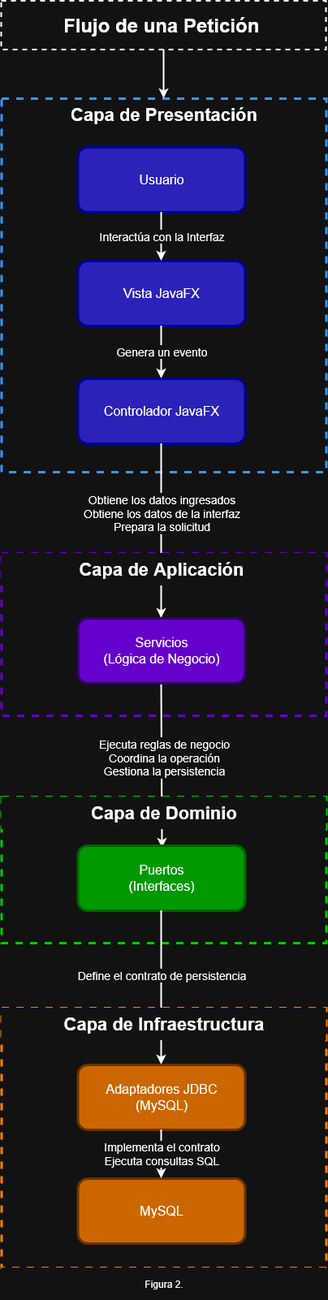
Before: docs/images/spanish/diagramas/Diagrama_Flujo_Peticion.png, a diagram exported from draw.io (carrascalpjosedanieldev/retail-management-system). Source tidied: cells renumbered, new cells last; positions are measured from the earlier drawing's top-left corner, leaving out a move shared by most shapes. Its diagram source:
```xml
<mxGraphModel>
  <root>
    <mxCell id="0" />
    <mxCell id="1" parent="0" />
    <mxCell id="2" value="Flujo de una Petición&amp;nbsp;" style="rounded=0;whiteSpace=wrap;html=1;fillColor=none;strokeWidth=2;dashed=1;fontSize=24;fontStyle=1;" parent="1" vertex="1">
      <mxGeometry width="400" height="60" as="geometry" />
    </mxCell>
    <mxCell id="3" value="Capa de Presentación" style="rounded=0;whiteSpace=wrap;html=1;fillColor=none;align=center;verticalAlign=top;fontSize=22;dashed=1;strokeWidth=3;strokeColor=light-dark(#000000,#3399FF);fontStyle=1;" parent="1" vertex="1">
      <mxGeometry y="120" width="400" height="460" as="geometry" />
    </mxCell>
    <mxCell id="4" value="Usuario" style="rounded=1;whiteSpace=wrap;html=1;fillColor=light-dark(#000053,#2B22B9);fontSize=16;strokeColor=light-dark(#000000,#000099);strokeWidth=3;" parent="1" vertex="1">
      <mxGeometry x="94" y="180" width="206" height="80" as="geometry" />
    </mxCell>
    <mxCell id="5" value="Vista JavaFX" style="rounded=1;whiteSpace=wrap;html=1;fillColor=light-dark(#000053,#2B22B9);fontSize=16;strokeColor=light-dark(#000000,#000099);strokeWidth=3;" parent="1" vertex="1">
      <mxGeometry x="94" y="320" width="206" height="80" as="geometry" />
    </mxCell>
    <mxCell id="6" value="Interactúa con la Interfaz" style="endArrow=classic;html=1;rounded=0;exitX=0.5;exitY=1;exitDx=0;exitDy=0;entryX=0.5;entryY=0;entryDx=0;entryDy=0;strokeWidth=2;fontSize=14;" parent="1" edge="1" source="4" target="5">
      <mxGeometry relative="1" as="geometry" />
    </mxCell>
    <mxCell id="7" value="Genera un evento" style="endArrow=classic;html=1;rounded=0;strokeWidth=2;entryX=0.5;entryY=0;entryDx=0;entryDy=0;exitX=0.5;exitY=1;exitDx=0;exitDy=0;fontSize=14;" parent="1" edge="1" source="5" target="8">
      <mxGeometry relative="1" as="geometry" />
    </mxCell>
    <mxCell id="8" value="Controlador JavaFX" style="rounded=1;whiteSpace=wrap;html=1;fillColor=light-dark(#000053,#2B22B9);fontSize=16;strokeColor=light-dark(#000000,#000099);strokeWidth=3;" parent="1" vertex="1">
      <mxGeometry x="94" y="465" width="206" height="80" as="geometry" />
    </mxCell>
    <mxCell id="9" style="rounded=0;whiteSpace=wrap;html=1;fillColor=none;align=center;verticalAlign=top;fontSize=22;dashed=1;strokeWidth=3;strokeColor=light-dark(#000000,#6600CC);fontStyle=1;" parent="1" vertex="1">
      <mxGeometry y="680" width="400" height="200" as="geometry" />
    </mxCell>
    <mxCell id="10" value="&lt;div&gt;Obtiene los datos ingresados&lt;/div&gt;&lt;div&gt;Obtiene los datos de la interfaz&lt;/div&gt;&lt;div&gt;Prepara la solicitud&lt;/div&gt;" style="endArrow=classic;html=1;rounded=0;strokeWidth=2;entryX=0.5;entryY=0;entryDx=0;entryDy=0;exitX=0.5;exitY=1;exitDx=0;exitDy=0;fontSize=14;" parent="1" edge="1" source="8" target="21">
      <mxGeometry x="-0.21" relative="1" as="geometry" />
    </mxCell>
    <mxCell id="11" style="endArrow=classic;html=1;rounded=0;strokeWidth=2;entryX=0.5;entryY=0;entryDx=0;entryDy=0;exitX=0.5;exitY=1;exitDx=0;exitDy=0;" parent="1" edge="1" source="2" target="3">
      <mxGeometry relative="1" as="geometry" />
    </mxCell>
    <mxCell id="12" style="rounded=0;whiteSpace=wrap;html=1;fillColor=none;align=center;verticalAlign=top;fontSize=22;dashed=1;strokeWidth=3;strokeColor=light-dark(#000000,#00CC00);fontStyle=1;" parent="1" vertex="1">
      <mxGeometry y="980" width="400" height="180" as="geometry" />
    </mxCell>
    <mxCell id="13" value="&lt;div&gt;Ejecuta reglas de negocio&lt;/div&gt;&lt;div&gt;Coordina la operación&lt;/div&gt;&lt;div&gt;Gestiona la persistencia&lt;/div&gt;" style="endArrow=classic;html=1;rounded=0;strokeWidth=2;entryX=0.505;entryY=0.038;entryDx=0;entryDy=0;exitX=0.5;exitY=1;exitDx=0;exitDy=0;fontSize=14;entryPerimeter=0;" parent="1" edge="1" source="21" target="14">
      <mxGeometry x="-0.1" y="3" relative="1" as="geometry" />
    </mxCell>
    <mxCell id="14" value="&lt;div&gt;Puertos&lt;/div&gt;&lt;div&gt;(Interfaces)&lt;/div&gt;" style="rounded=1;whiteSpace=wrap;html=1;fillColor=light-dark(#330066,#009900);fontSize=16;strokeColor=light-dark(#330066,#006600);strokeWidth=3;" parent="1" vertex="1">
      <mxGeometry x="94" y="1040" width="206" height="80" as="geometry" />
    </mxCell>
    <mxCell id="15" style="rounded=0;whiteSpace=wrap;html=1;fillColor=none;align=center;verticalAlign=top;fontSize=22;dashed=1;strokeWidth=3;strokeColor=light-dark(#000000,#FF8000);fontStyle=1;" parent="1" vertex="1">
      <mxGeometry y="1240" width="400" height="320" as="geometry" />
    </mxCell>
    <mxCell id="16" value="Define el contrato de persistencia" style="endArrow=classic;html=1;rounded=0;strokeWidth=2;entryX=0.5;entryY=0;entryDx=0;entryDy=0;exitX=0.5;exitY=1;exitDx=0;exitDy=0;fontSize=14;" parent="1" edge="1" source="14" target="17">
      <mxGeometry x="-0.16" relative="1" as="geometry" />
    </mxCell>
    <mxCell id="17" value="&lt;div&gt;Adaptadores JDBC&lt;/div&gt;&lt;div&gt;(MySQL)&lt;/div&gt;" style="rounded=1;whiteSpace=wrap;html=1;fillColor=light-dark(#330066,#CC6600);fontSize=16;strokeColor=light-dark(#330066,#663300);strokeWidth=3;" parent="1" vertex="1">
      <mxGeometry x="94" y="1310" width="206" height="80" as="geometry" />
    </mxCell>
    <mxCell id="18" value="&lt;div&gt;MySQL&lt;/div&gt;" style="rounded=1;whiteSpace=wrap;html=1;fillColor=light-dark(#330066,#CC6600);fontSize=16;strokeColor=light-dark(#330066,#663300);strokeWidth=3;" parent="1" vertex="1">
      <mxGeometry x="94" y="1450" width="206" height="80" as="geometry" />
    </mxCell>
    <mxCell id="19" value="&lt;div&gt;Implementa el contrato&lt;/div&gt;&lt;div&gt;Ejecuta consultas SQL&lt;/div&gt;" style="endArrow=classic;html=1;rounded=0;strokeWidth=2;entryX=0.5;entryY=0;entryDx=0;entryDy=0;exitX=0.5;exitY=1;exitDx=0;exitDy=0;fontSize=14;" parent="1" edge="1" source="17" target="18">
      <mxGeometry relative="1" as="geometry">
        <Array as="points">
          <mxPoint x="197" y="1410" />
        </Array>
      </mxGeometry>
    </mxCell>
    <mxCell id="20" value="Capa de Aplicación&amp;nbsp;" style="rounded=0;whiteSpace=wrap;html=1;strokeColor=none;fillColor=default;fontSize=22;fontStyle=1;" parent="1" vertex="1">
      <mxGeometry y="680" width="400" height="40" as="geometry" />
    </mxCell>
    <mxCell id="21" value="&lt;div&gt;Servicios&lt;/div&gt;&lt;div&gt;(Lógica de Negocio)&lt;/div&gt;" style="rounded=1;whiteSpace=wrap;html=1;fillColor=light-dark(#330066,#6600CC);fontSize=16;strokeColor=light-dark(#330066,#330066);strokeWidth=3;" parent="1" vertex="1">
      <mxGeometry x="94" y="760" width="206" height="80" as="geometry" />
    </mxCell>
    <mxCell id="22" value="Capa de Dominio" style="rounded=0;whiteSpace=wrap;html=1;strokeColor=none;fillColor=default;fontSize=22;fontStyle=1;" parent="1" vertex="1">
      <mxGeometry y="980" width="400" height="40" as="geometry" />
    </mxCell>
    <mxCell id="23" value="Capa de Infraestructura" style="rounded=0;whiteSpace=wrap;html=1;strokeColor=none;fillColor=default;fontSize=22;fontStyle=1;" parent="1" vertex="1">
      <mxGeometry y="1240" width="400" height="40" as="geometry" />
    </mxCell>
    <mxCell id="24" value="Figura 2." style="rounded=0;whiteSpace=wrap;html=1;strokeColor=none;fillColor=default;fontSize=12;fontStyle=0;" parent="1" vertex="1">
      <mxGeometry y="1560" width="400" height="40" as="geometry" />
    </mxCell>
  </root>
</mxGraphModel>
```
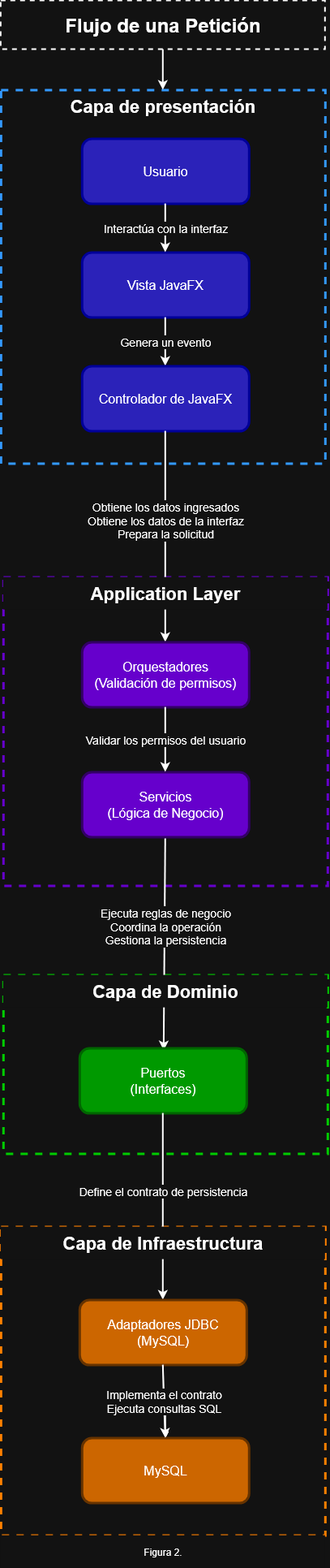
Later version of the same file.

Change to the diagram source:
```diff
@@ -2,78 +2,83 @@
   <root>
     <mxCell id="0" />
     <mxCell id="1" parent="0" />
-    <mxCell id="2" value="Flujo de una Petición&amp;nbsp;" style="rounded=0;whiteSpace=wrap;html=1;fillColor=none;strokeWidth=2;dashed=1;fontSize=24;fontStyle=1;" parent="1" vertex="1">
-      <mxGeometry width="400" height="60" as="geometry" />
+    <mxCell id="2" value="Flujo de una Petición" style="rounded=0;whiteSpace=wrap;html=1;fillColor=none;strokeWidth=2;dashed=1;fontSize=24;fontStyle=1;" parent="1" vertex="1">
+      <mxGeometry x="-3" y="-150" width="400" height="60" as="geometry" />
     </mxCell>
-    <mxCell id="3" value="Capa de Presentación" style="rounded=0;whiteSpace=wrap;html=1;fillColor=none;align=center;verticalAlign=top;fontSize=22;dashed=1;strokeWidth=3;strokeColor=light-dark(#000000,#3399FF);fontStyle=1;" parent="1" vertex="1">
-      <mxGeometry y="120" width="400" height="460" as="geometry" />
+    <mxCell id="3" value="&lt;span class=&quot;HwtZe&quot; lang=&quot;es&quot;&gt;&lt;span class=&quot;jCAhz ChMk0b&quot;&gt;&lt;span class=&quot;ryNqvb&quot;&gt;Capa de presentación&lt;/span&gt;&lt;/span&gt;&lt;/span&gt;" style="rounded=0;whiteSpace=wrap;html=1;fillColor=none;align=center;verticalAlign=top;fontSize=22;dashed=1;strokeWidth=3;strokeColor=light-dark(#000000,#3399FF);fontStyle=1;" parent="1" vertex="1">
+      <mxGeometry x="-3" y="-40" width="400" height="460" as="geometry" />
     </mxCell>
     <mxCell id="4" value="Usuario" style="rounded=1;whiteSpace=wrap;html=1;fillColor=light-dark(#000053,#2B22B9);fontSize=16;strokeColor=light-dark(#000000,#000099);strokeWidth=3;" parent="1" vertex="1">
-      <mxGeometry x="94" y="180" width="206" height="80" as="geometry" />
+      <mxGeometry x="97" y="20" width="206" height="80" as="geometry" />
     </mxCell>
     <mxCell id="5" value="Vista JavaFX" style="rounded=1;whiteSpace=wrap;html=1;fillColor=light-dark(#000053,#2B22B9);fontSize=16;strokeColor=light-dark(#000000,#000099);strokeWidth=3;" parent="1" vertex="1">
-      <mxGeometry x="94" y="320" width="206" height="80" as="geometry" />
+      <mxGeometry x="97" y="160" width="206" height="80" as="geometry" />
     </mxCell>
-    <mxCell id="6" value="Interactúa con la Interfaz" style="endArrow=classic;html=1;rounded=0;exitX=0.5;exitY=1;exitDx=0;exitDy=0;entryX=0.5;entryY=0;entryDx=0;entryDy=0;strokeWidth=2;fontSize=14;" parent="1" edge="1" source="4" target="5">
+    <mxCell id="6" value="&lt;span class=&quot;HwtZe&quot; lang=&quot;es&quot;&gt;&lt;span class=&quot;jCAhz ChMk0b&quot;&gt;&lt;span class=&quot;ryNqvb&quot;&gt;Interactúa con la interfaz&lt;/span&gt;&lt;/span&gt;&lt;/span&gt;" style="endArrow=classic;html=1;rounded=0;exitX=0.5;exitY=1;exitDx=0;exitDy=0;entryX=0.5;entryY=0;entryDx=0;entryDy=0;strokeWidth=2;fontSize=14;" parent="1" edge="1" source="4" target="5">
       <mxGeometry relative="1" as="geometry" />
     </mxCell>
-    <mxCell id="7" value="Genera un evento" style="endArrow=classic;html=1;rounded=0;strokeWidth=2;entryX=0.5;entryY=0;entryDx=0;entryDy=0;exitX=0.5;exitY=1;exitDx=0;exitDy=0;fontSize=14;" parent="1" edge="1" source="5" target="8">
+    <mxCell id="7" value="&lt;span class=&quot;HwtZe&quot; lang=&quot;es&quot;&gt;&lt;span class=&quot;jCAhz ChMk0b&quot;&gt;&lt;span class=&quot;ryNqvb&quot;&gt;Genera un evento&lt;/span&gt;&lt;/span&gt;&lt;/span&gt;" style="endArrow=classic;html=1;rounded=0;strokeWidth=2;entryX=0.5;entryY=0;entryDx=0;entryDy=0;exitX=0.5;exitY=1;exitDx=0;exitDy=0;fontSize=14;" parent="1" edge="1" source="5" target="8">
       <mxGeometry relative="1" as="geometry" />
     </mxCell>
-    <mxCell id="8" value="Controlador JavaFX" style="rounded=1;whiteSpace=wrap;html=1;fillColor=light-dark(#000053,#2B22B9);fontSize=16;strokeColor=light-dark(#000000,#000099);strokeWidth=3;" parent="1" vertex="1">
-      <mxGeometry x="94" y="465" width="206" height="80" as="geometry" />
+    <mxCell id="8" value="Controlador de JavaFX" style="rounded=1;whiteSpace=wrap;html=1;fillColor=light-dark(#000053,#2B22B9);fontSize=16;strokeColor=light-dark(#000000,#000099);strokeWidth=3;" parent="1" vertex="1">
+      <mxGeometry x="97" y="300" width="206" height="80" as="geometry" />
     </mxCell>
     <mxCell id="9" style="rounded=0;whiteSpace=wrap;html=1;fillColor=none;align=center;verticalAlign=top;fontSize=22;dashed=1;strokeWidth=3;strokeColor=light-dark(#000000,#6600CC);fontStyle=1;" parent="1" vertex="1">
-      <mxGeometry y="680" width="400" height="200" as="geometry" />
+      <mxGeometry y="560" width="400" height="380" as="geometry" />
     </mxCell>
-    <mxCell id="10" value="&lt;div&gt;Obtiene los datos ingresados&lt;/div&gt;&lt;div&gt;Obtiene los datos de la interfaz&lt;/div&gt;&lt;div&gt;Prepara la solicitud&lt;/div&gt;" style="endArrow=classic;html=1;rounded=0;strokeWidth=2;entryX=0.5;entryY=0;entryDx=0;entryDy=0;exitX=0.5;exitY=1;exitDx=0;exitDy=0;fontSize=14;" parent="1" edge="1" source="8" target="21">
-      <mxGeometry x="-0.21" relative="1" as="geometry" />
+    <mxCell id="10" value="&lt;div&gt;Obtiene los datos ingresados&lt;/div&gt;&lt;div&gt;Obtiene los datos de la interfaz&lt;/div&gt;&lt;div&gt;Prepara la solicitud&lt;/div&gt;" style="endArrow=classic;html=1;rounded=0;strokeWidth=2;entryX=0.5;entryY=0;entryDx=0;entryDy=0;exitX=0.5;exitY=1;exitDx=0;exitDy=0;fontSize=14;" parent="1" edge="1" source="8" target="26">
+      <mxGeometry x="-0.15" relative="1" as="geometry" />
     </mxCell>
     <mxCell id="11" style="endArrow=classic;html=1;rounded=0;strokeWidth=2;entryX=0.5;entryY=0;entryDx=0;entryDy=0;exitX=0.5;exitY=1;exitDx=0;exitDy=0;" parent="1" edge="1" source="2" target="3">
       <mxGeometry relative="1" as="geometry" />
     </mxCell>
     <mxCell id="12" style="rounded=0;whiteSpace=wrap;html=1;fillColor=none;align=center;verticalAlign=top;fontSize=22;dashed=1;strokeWidth=3;strokeColor=light-dark(#000000,#00CC00);fontStyle=1;" parent="1" vertex="1">
-      <mxGeometry y="980" width="400" height="180" as="geometry" />
+      <mxGeometry y="1050" width="400" height="220" as="geometry" />
     </mxCell>
     <mxCell id="13" value="&lt;div&gt;Ejecuta reglas de negocio&lt;/div&gt;&lt;div&gt;Coordina la operación&lt;/div&gt;&lt;div&gt;Gestiona la persistencia&lt;/div&gt;" style="endArrow=classic;html=1;rounded=0;strokeWidth=2;entryX=0.505;entryY=0.038;entryDx=0;entryDy=0;exitX=0.5;exitY=1;exitDx=0;exitDy=0;fontSize=14;entryPerimeter=0;" parent="1" edge="1" source="21" target="14">
-      <mxGeometry x="-0.1" y="3" relative="1" as="geometry" />
+      <mxGeometry x="-0.16" y="1" relative="1" as="geometry" />
     </mxCell>
     <mxCell id="14" value="&lt;div&gt;Puertos&lt;/div&gt;&lt;div&gt;(Interfaces)&lt;/div&gt;" style="rounded=1;whiteSpace=wrap;html=1;fillColor=light-dark(#330066,#009900);fontSize=16;strokeColor=light-dark(#330066,#006600);strokeWidth=3;" parent="1" vertex="1">
-      <mxGeometry x="94" y="1040" width="206" height="80" as="geometry" />
+      <mxGeometry x="94" y="1140" width="206" height="80" as="geometry" />
     </mxCell>
     <mxCell id="15" style="rounded=0;whiteSpace=wrap;html=1;fillColor=none;align=center;verticalAlign=top;fontSize=22;dashed=1;strokeWidth=3;strokeColor=light-dark(#000000,#FF8000);fontStyle=1;" parent="1" vertex="1">
-      <mxGeometry y="1240" width="400" height="320" as="geometry" />
+      <mxGeometry x="-3" y="1360" width="400" height="380" as="geometry" />
     </mxCell>
     <mxCell id="16" value="Define el contrato de persistencia" style="endArrow=classic;html=1;rounded=0;strokeWidth=2;entryX=0.5;entryY=0;entryDx=0;entryDy=0;exitX=0.5;exitY=1;exitDx=0;exitDy=0;fontSize=14;" parent="1" edge="1" source="14" target="17">
       <mxGeometry x="-0.16" relative="1" as="geometry" />
     </mxCell>
+    <mxCell id="25" style="edgeStyle=orthogonalEdgeStyle;rounded=0;jettySize=auto;html=1;" parent="1" edge="1" source="17" target="18">
+      <mxGeometry relative="1" as="geometry" />
+    </mxCell>
-    <mxCell id="17" value="&lt;div&gt;Adaptadores JDBC&lt;/div&gt;&lt;div&gt;(MySQL)&lt;/div&gt;" style="rounded=1;whiteSpace=wrap;html=1;fillColor=light-dark(#330066,#CC6600);fontSize=16;strokeColor=light-dark(#330066,#663300);strokeWidth=3;" parent="1" vertex="1">
-      <mxGeometry x="94" y="1310" width="206" height="80" as="geometry" />
+    <mxCell id="17" value="&lt;div&gt;&lt;span class=&quot;HwtZe&quot; lang=&quot;en&quot;&gt;&lt;span class=&quot;jCAhz ChMk0b&quot;&gt;&lt;span class=&quot;ryNqvb&quot;&gt;Adaptadores JDBC&lt;/span&gt;&lt;/span&gt;&lt;/span&gt;&lt;/div&gt;&lt;div&gt;(MySQL)&lt;/div&gt;" style="rounded=1;whiteSpace=wrap;html=1;fillColor=light-dark(#330066,#CC6600);fontSize=16;strokeColor=light-dark(#330066,#663300);strokeWidth=3;" parent="1" vertex="1">
+      <mxGeometry x="94" y="1450" width="206" height="80" as="geometry" />
     </mxCell>
     <mxCell id="18" value="&lt;div&gt;MySQL&lt;/div&gt;" style="rounded=1;whiteSpace=wrap;html=1;fillColor=light-dark(#330066,#CC6600);fontSize=16;strokeColor=light-dark(#330066,#663300);strokeWidth=3;" parent="1" vertex="1">
-      <mxGeometry x="94" y="1450" width="206" height="80" as="geometry" />
+      <mxGeometry x="97" y="1620" width="206" height="80" as="geometry" />
     </mxCell>
     <mxCell id="19" value="&lt;div&gt;Implementa el contrato&lt;/div&gt;&lt;div&gt;Ejecuta consultas SQL&lt;/div&gt;" style="endArrow=classic;html=1;rounded=0;strokeWidth=2;entryX=0.5;entryY=0;entryDx=0;entryDy=0;exitX=0.5;exitY=1;exitDx=0;exitDy=0;fontSize=14;" parent="1" edge="1" source="17" target="18">
-      <mxGeometry relative="1" as="geometry">
-        <Array as="points">
-          <mxPoint x="197" y="1410" />
-        </Array>
-      </mxGeometry>
+      <mxGeometry relative="1" as="geometry" />
     </mxCell>
-    <mxCell id="20" value="Capa de Aplicación&amp;nbsp;" style="rounded=0;whiteSpace=wrap;html=1;strokeColor=none;fillColor=default;fontSize=22;fontStyle=1;" parent="1" vertex="1">
-      <mxGeometry y="680" width="400" height="40" as="geometry" />
+    <mxCell id="20" value="&lt;span class=&quot;HwtZe&quot; lang=&quot;en&quot;&gt;&lt;span class=&quot;jCAhz ChMk0b&quot;&gt;&lt;span class=&quot;ryNqvb&quot;&gt;Application Layer&lt;/span&gt;&lt;/span&gt;&lt;/span&gt;" style="rounded=0;whiteSpace=wrap;html=1;strokeColor=none;fillColor=default;fontSize=22;fontStyle=1;" parent="1" vertex="1">
+      <mxGeometry y="560" width="400" height="40" as="geometry" />
     </mxCell>
-    <mxCell id="21" value="&lt;div&gt;Servicios&lt;/div&gt;&lt;div&gt;(Lógica de Negocio)&lt;/div&gt;" style="rounded=1;whiteSpace=wrap;html=1;fillColor=light-dark(#330066,#6600CC);fontSize=16;strokeColor=light-dark(#330066,#330066);strokeWidth=3;" parent="1" vertex="1">
-      <mxGeometry x="94" y="760" width="206" height="80" as="geometry" />
+    <mxCell id="21" value="&lt;div&gt;Servicios&lt;/div&gt;(Lógica de Negocio)" style="rounded=1;whiteSpace=wrap;html=1;fillColor=light-dark(#330066,#6600CC);fontSize=16;strokeColor=light-dark(#330066,#330066);strokeWidth=3;" parent="1" vertex="1">
+      <mxGeometry x="97" y="800" width="206" height="80" as="geometry" />
     </mxCell>
     <mxCell id="22" value="Capa de Dominio" style="rounded=0;whiteSpace=wrap;html=1;strokeColor=none;fillColor=default;fontSize=22;fontStyle=1;" parent="1" vertex="1">
-      <mxGeometry y="980" width="400" height="40" as="geometry" />
+      <mxGeometry y="1050" width="400" height="40" as="geometry" />
     </mxCell>
     <mxCell id="23" value="Capa de Infraestructura" style="rounded=0;whiteSpace=wrap;html=1;strokeColor=none;fillColor=default;fontSize=22;fontStyle=1;" parent="1" vertex="1">
-      <mxGeometry y="1240" width="400" height="40" as="geometry" />
+      <mxGeometry x="-3" y="1360" width="400" height="40" as="geometry" />
     </mxCell>
     <mxCell id="24" value="Figura 2." style="rounded=0;whiteSpace=wrap;html=1;strokeColor=none;fillColor=default;fontSize=12;fontStyle=0;" parent="1" vertex="1">
-      <mxGeometry y="1560" width="400" height="40" as="geometry" />
+      <mxGeometry x="-3" y="1740" width="400" height="40" as="geometry" />
     </mxCell>
+    <mxCell id="26" value="&lt;div&gt;Orquestadores&lt;/div&gt;&lt;div&gt;(Validación de permisos)&lt;/div&gt;" style="rounded=1;whiteSpace=wrap;html=1;fillColor=light-dark(#330066,#6600CC);fontSize=16;strokeColor=light-dark(#330066,#330066);strokeWidth=3;" parent="1" vertex="1">
+      <mxGeometry x="97" y="640" width="206" height="80" as="geometry" />
+    </mxCell>
+    <mxCell id="27" value="&lt;span class=&quot;HwtZe&quot; lang=&quot;es&quot;&gt;&lt;span class=&quot;jCAhz ChMk0b&quot;&gt;&lt;span class=&quot;ryNqvb&quot;&gt;Validar los permisos del usuario&lt;/span&gt;&lt;/span&gt;&lt;/span&gt;" style="endArrow=classic;html=1;rounded=0;strokeWidth=2;entryX=0.5;entryY=0;entryDx=0;entryDy=0;exitX=0.5;exitY=1;exitDx=0;exitDy=0;fontSize=14;" parent="1" edge="1" source="26" target="21">
+      <mxGeometry relative="1" as="geometry" />
+    </mxCell>
   </root>
 </mxGraphModel>
```
